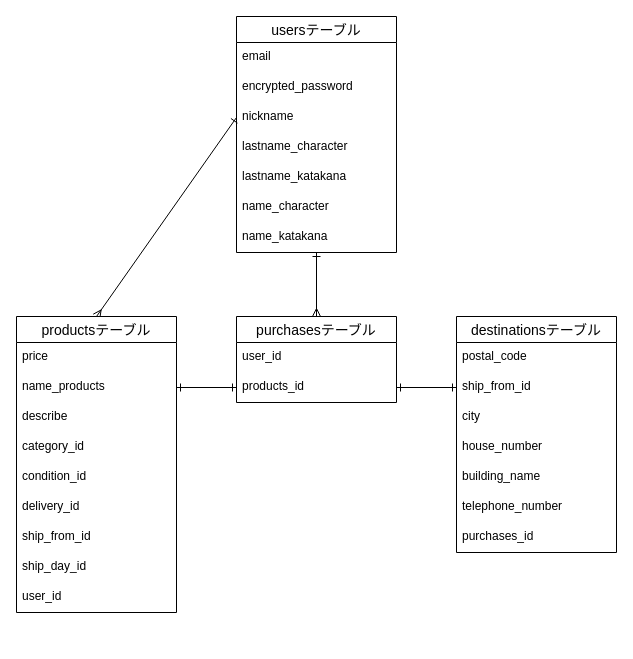
Before: furima.dio in n4rei/furima-37029, a draw.io diagram. Source tidied: cells renumbered, new cells numbered last; positions are measured from the earlier drawing's top-left corner, leaving out a move shared by most shapes. Both pictures are drawn from the tidied source at 100%, with x=0, y=0 at pixel (16, 16).
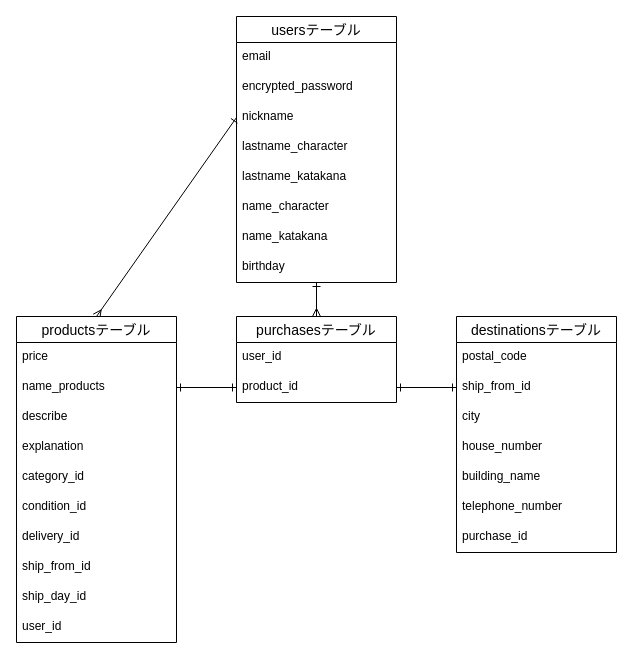
The same diagram, later.

Commit message (it also covers changes not shown here):
データベース設計_4th

Unchanged cells that the change refers to:
```xml
<mxCell id="22" value="purchasesテーブル" style="swimlane;fontStyle=0;horizontal=1;startSize=26;align=center;fontSize=14;" parent="1" vertex="1">
  <mxGeometry x="220" y="300" width="160" height="86" as="geometry" />
</mxCell>
<mxCell id="25" value="destinationsテーブル" style="swimlane;fontStyle=0;horizontal=1;startSize=26;align=center;fontSize=14;" parent="1" vertex="1">
  <mxGeometry x="440" y="300" width="160" height="236" as="geometry" />
</mxCell>
```

Diff of the diagram source:
```diff
@@
     <mxCell id="2" value="usersテーブル" style="swimlane;fontStyle=0;horizontal=1;startSize=26;align=center;fontSize=14;" parent="1" vertex="1">
-      <mxGeometry x="220" width="160" height="236" as="geometry" />
+      <mxGeometry x="220" width="160" height="266" as="geometry" />
     </mxCell>
@@
+    <mxCell id="35" value="name_katakana" style="text;strokeColor=none;fillColor=none;spacingLeft=4;spacingRight=4;overflow=hidden;fontSize=12;" parent="2" vertex="1">
+      <mxGeometry y="206" width="160" height="30" as="geometry" />
+    </mxCell>
-    <mxCell id="9" value="name_katakana" style="text;strokeColor=none;fillColor=none;spacingLeft=4;spacingRight=4;overflow=hidden;fontSize=12;" parent="2" vertex="1">
-      <mxGeometry y="206" width="160" height="30" as="geometry" />
+    <mxCell id="9" value="birthday" style="text;strokeColor=none;fillColor=none;spacingLeft=4;spacingRight=4;overflow=hidden;fontSize=12;" parent="2" vertex="1">
+      <mxGeometry y="236" width="160" height="30" as="geometry" />
     </mxCell>
@@
     <mxCell id="11" value="productsテーブル" style="swimlane;fontStyle=0;horizontal=1;startSize=26;align=center;fontSize=14;" parent="1" vertex="1">
-      <mxGeometry y="300" width="160" height="296" as="geometry" />
+      <mxGeometry y="300" width="160" height="326" as="geometry" />
     </mxCell>
@@
+    <mxCell id="36" value="explanation" style="text;strokeColor=none;fillColor=none;spacingLeft=4;spacingRight=4;overflow=hidden;fontSize=12;" parent="11" vertex="1">
+      <mxGeometry y="116" width="160" height="30" as="geometry" />
+    </mxCell>
     <mxCell id="15" value="category_id" style="text;strokeColor=none;fillColor=none;spacingLeft=4;spacingRight=4;overflow=hidden;fontSize=12;" parent="11" vertex="1">
-      <mxGeometry y="116" width="160" height="30" as="geometry" />
+      <mxGeometry y="146" width="160" height="30" as="geometry" />
     </mxCell>
     <mxCell id="16" value="condition_id" style="text;strokeColor=none;fillColor=none;spacingLeft=4;spacingRight=4;overflow=hidden;fontSize=12;" parent="11" vertex="1">
-      <mxGeometry y="146" width="160" height="30" as="geometry" />
+      <mxGeometry y="176" width="160" height="30" as="geometry" />
     </mxCell>
     <mxCell id="17" value="delivery_id" style="text;strokeColor=none;fillColor=none;spacingLeft=4;spacingRight=4;overflow=hidden;fontSize=12;" parent="11" vertex="1">
-      <mxGeometry y="176" width="160" height="30" as="geometry" />
+      <mxGeometry y="206" width="160" height="30" as="geometry" />
     </mxCell>
     <mxCell id="18" value="ship_from_id" style="text;strokeColor=none;fillColor=none;spacingLeft=4;spacingRight=4;overflow=hidden;fontSize=12;" parent="11" vertex="1">
-      <mxGeometry y="206" width="160" height="30" as="geometry" />
+      <mxGeometry y="236" width="160" height="30" as="geometry" />
     </mxCell>
     <mxCell id="19" value="ship_day_id" style="text;strokeColor=none;fillColor=none;spacingLeft=4;spacingRight=4;overflow=hidden;fontSize=12;" parent="11" vertex="1">
-      <mxGeometry y="236" width="160" height="30" as="geometry" />
+      <mxGeometry y="266" width="160" height="30" as="geometry" />
     </mxCell>
     <mxCell id="20" value="user_id" style="text;strokeColor=none;fillColor=none;spacingLeft=4;spacingRight=4;overflow=hidden;fontSize=12;" parent="11" vertex="1">
-      <mxGeometry y="266" width="160" height="30" as="geometry" />
+      <mxGeometry y="296" width="160" height="30" as="geometry" />
     </mxCell>
@@
-    <mxCell id="24" value="products_id" style="text;strokeColor=none;fillColor=none;spacingLeft=4;spacingRight=4;overflow=hidden;points=[[0,0.5],[1,0.5]];portConstraint=eastwest;fontSize=12;" parent="22" vertex="1">
+    <mxCell id="24" value="product_id" style="text;strokeColor=none;fillColor=none;spacingLeft=4;spacingRight=4;overflow=hidden;points=[[0,0.5],[1,0.5]];portConstraint=eastwest;fontSize=12;" parent="22" vertex="1">
       <mxGeometry y="56" width="160" height="30" as="geometry" />
     </mxCell>
@@
-    <mxCell id="32" value="purchases_id" style="text;strokeColor=none;fillColor=none;spacingLeft=4;spacingRight=4;overflow=hidden;fontSize=12;" parent="25" vertex="1">
+    <mxCell id="32" value="purchase_id" style="text;strokeColor=none;fillColor=none;spacingLeft=4;spacingRight=4;overflow=hidden;fontSize=12;" parent="25" vertex="1">
       <mxGeometry y="206" width="160" height="30" as="geometry" />
     </mxCell>
```
